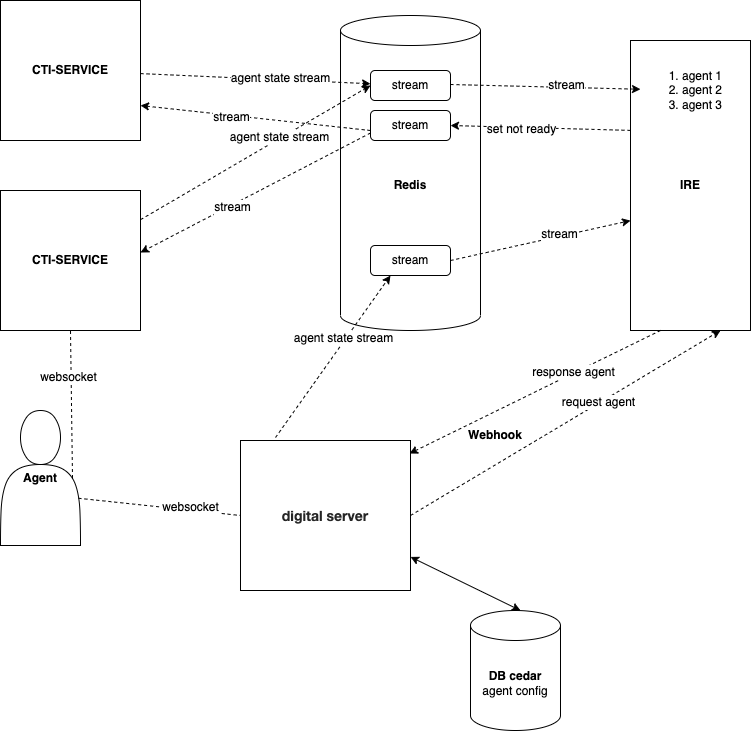
Above: IRE.drawio.png in sunxingsong/app-digrams (draw.io), before the change. Source tidied: cells renumbered, new cells last; positions are measured from the earlier drawing's top-left corner, leaving out a move shared by most shapes.
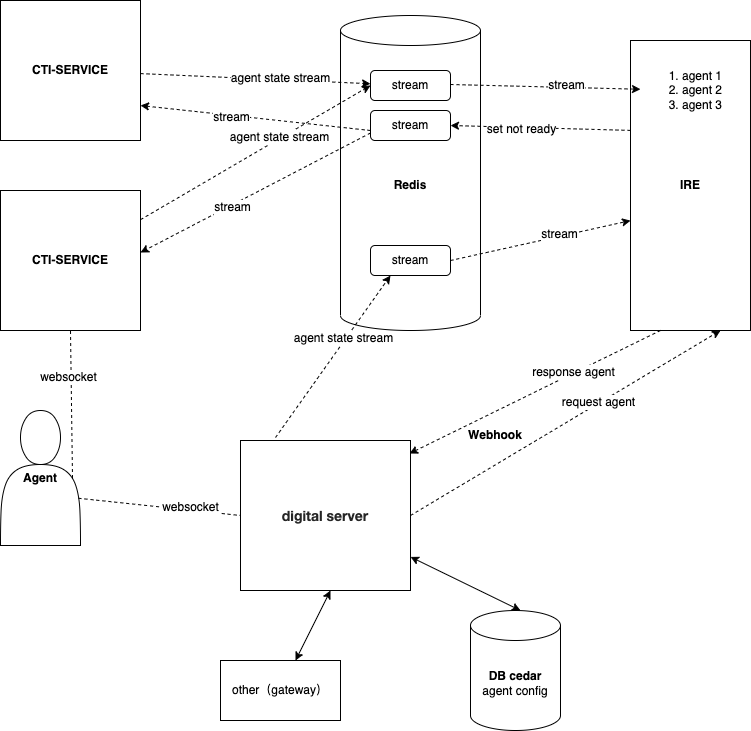
After the change.

Diff of the diagram source:
```diff
@@ -119,5 +119,13 @@
     <mxCell id="38" value="websocket" style="edgeLabel;html=1;align=center;verticalAlign=middle;" parent="37" vertex="1">
       <mxGeometry x="0.38" y="3" relative="1" as="geometry" />
     </mxCell>
+    <mxCell id="39" value="other（gateway）" style="rounded=0;whiteSpace=wrap;html=1;" parent="1" vertex="1">
+      <mxGeometry x="220" y="660" width="120" height="60" as="geometry" />
+    </mxCell>
+    <mxCell id="40" style="endArrow=classic;startArrow=classic;html=1;rounded=0;" parent="1" edge="1" source="39">
+      <mxGeometry relative="1" as="geometry">
+        <mxPoint x="330" y="590" as="targetPoint" />
+      </mxGeometry>
+    </mxCell>
   </root>
 </mxGraphModel>
```
